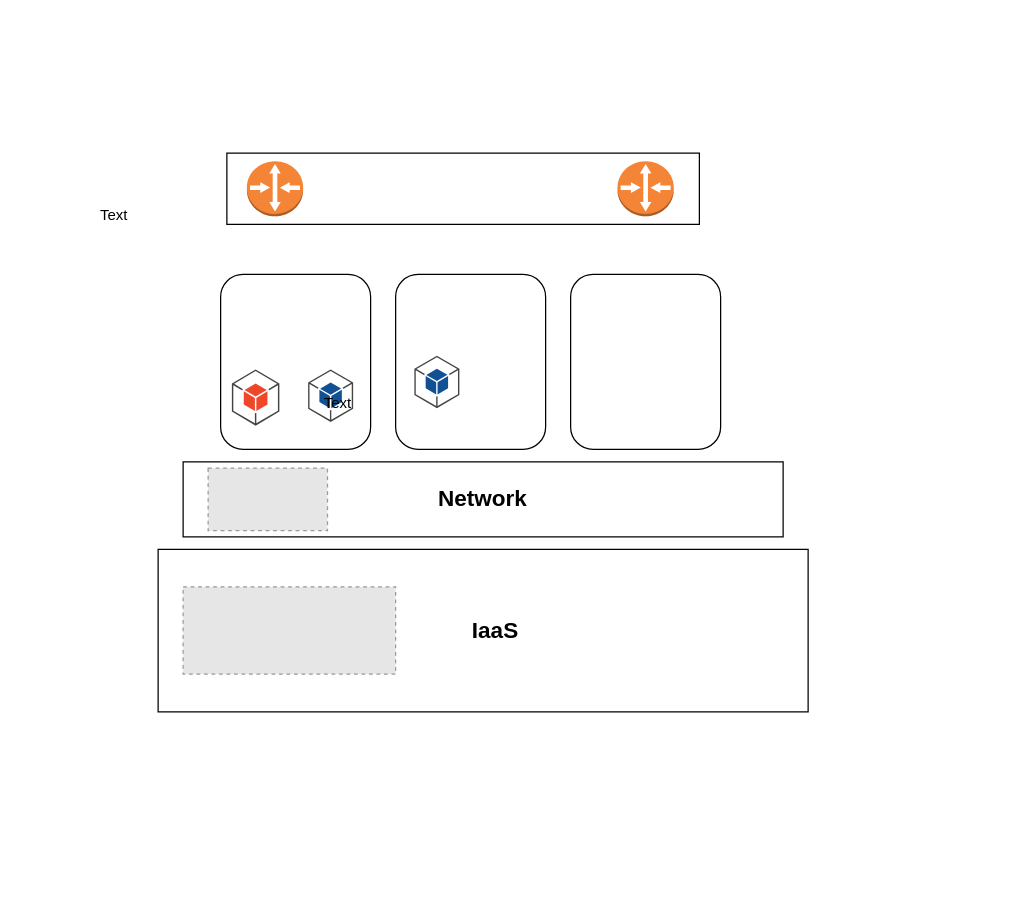
Before: PCF-HLA-IAAS.drawio in rama78/app-config, a draw.io diagram. Source tidied: cells renumbered, new cells numbered last; positions are measured from the earlier drawing's top-left corner, leaving out a move shared by most shapes. Both pictures are drawn from the tidied source at 125%, with x=0, y=0 at pixel (89, 152). Pictures stored in the file or linked from it are replaced by grey dashed boxes.
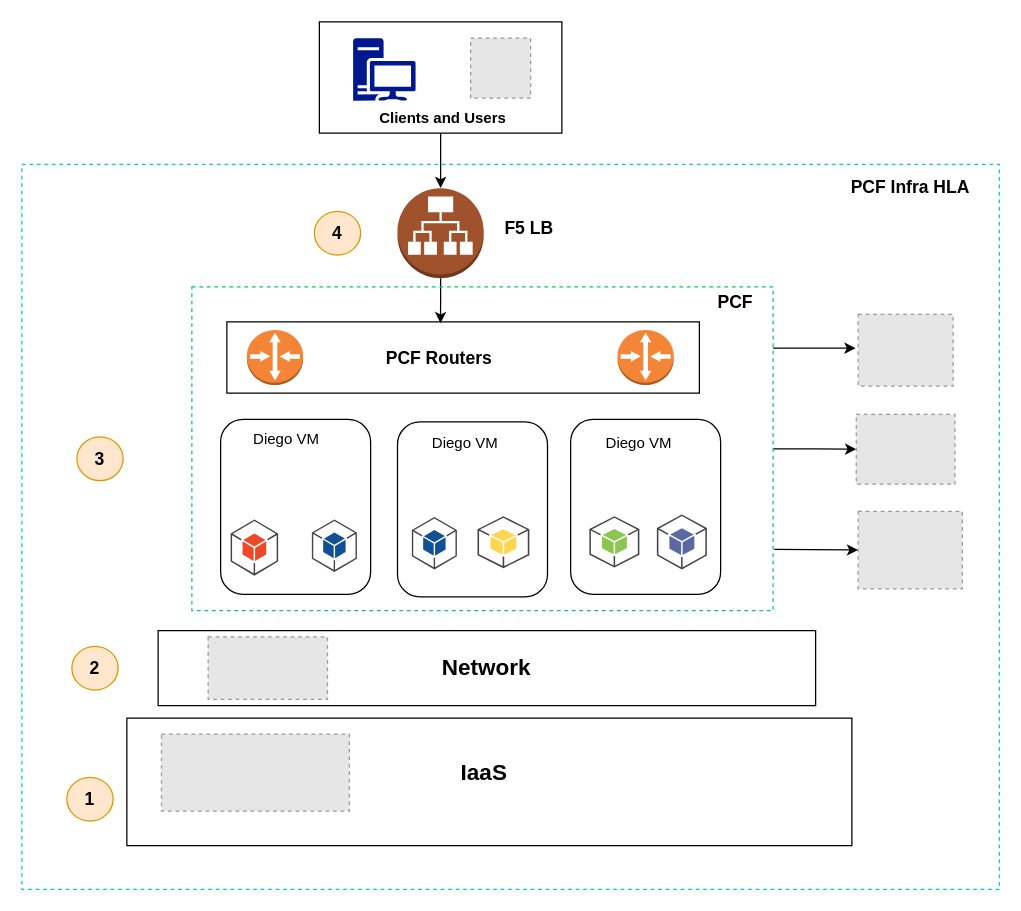
The same page after the edit.

Diff of the diagram source:
```diff
@@
+    <mxCell id="18" style="fillColor=none;dashed=1;verticalAlign=top;fontStyle=0;fontColor=#5A6C86;fontSize=14;strokeColor=#00CCCC;" parent="1" vertex="1">
+      <mxGeometry x="-54" y="9" width="782" height="580" as="geometry" />
+    </mxCell>
+    <mxCell id="19" style="edgeStyle=orthogonalEdgeStyle;rounded=0;jettySize=auto;html=1;" parent="1" edge="1" source="20" target="25">
+      <mxGeometry relative="1" as="geometry" />
+    </mxCell>
+    <mxCell id="20" style="rounded=0;whiteSpace=wrap;html=1;" parent="1" vertex="1">
+      <mxGeometry x="184" y="-105" width="194" height="89" as="geometry" />
+    </mxCell>
     <mxCell id="2" style="rounded=0;whiteSpace=wrap;html=1;" parent="1" vertex="1">
-      <mxGeometry x="110" width="378" height="57" as="geometry" />
+      <mxGeometry x="110" y="135" width="378" height="57" as="geometry" />
     </mxCell>
     <mxCell id="3" style="rounded=0;whiteSpace=wrap;html=1;" parent="1" vertex="1">
-      <mxGeometry x="55" y="317" width="520" height="130" as="geometry" />
+      <mxGeometry x="30" y="452" width="580" height="102" as="geometry" />
     </mxCell>
     <mxCell id="4" value="&lt;font style=&quot;font-size: 18px&quot;&gt;&lt;b&gt;Network&lt;/b&gt;&lt;/font&gt;" style="rounded=0;whiteSpace=wrap;html=1;" parent="1" vertex="1">
-      <mxGeometry x="75" y="247" width="480" height="60" as="geometry" />
+      <mxGeometry x="55" y="382" width="526" height="60" as="geometry" />
     </mxCell>
-    <mxCell id="5" style="rounded=1;whiteSpace=wrap;html=1;" parent="1" vertex="1">
-      <mxGeometry x="105" y="97" width="120" height="140" as="geometry" />
+    <mxCell id="5" style="rounded=1;whiteSpace=wrap;html=1;align=center;" parent="1" vertex="1">
+      <mxGeometry x="105" y="213" width="120" height="140" as="geometry" />
     </mxCell>
     <mxCell id="6" style="rounded=1;whiteSpace=wrap;html=1;" parent="1" vertex="1">
-      <mxGeometry x="245" y="97" width="120" height="140" as="geometry" />
+      <mxGeometry x="246.5" y="215" width="120" height="140" as="geometry" />
     </mxCell>
     <mxCell id="7" style="rounded=1;whiteSpace=wrap;html=1;" parent="1" vertex="1">
-      <mxGeometry x="385" y="97" width="120" height="140" as="geometry" />
+      <mxGeometry x="385" y="213" width="120" height="140" as="geometry" />
     </mxCell>
     <mxCell id="8" style="fillColor=#E6E6E6;strokeColor=#999999;dashed=1;verticalLabelPosition=bottom;labelBackgroundColor=#ffffff;verticalAlign=top;" parent="1" vertex="1">
-      <mxGeometry x="75" y="347" width="170" height="69.7" as="geometry" />
+      <mxGeometry x="57.7" y="464.7" width="150.3" height="61.6" as="geometry" />
     </mxCell>
     <mxCell id="9" style="fillColor=#E6E6E6;strokeColor=#999999;dashed=1;verticalLabelPosition=bottom;labelBackgroundColor=#ffffff;verticalAlign=top;" parent="1" vertex="1">
-      <mxGeometry x="95" y="252" width="95.5" height="50" as="geometry" />
+      <mxGeometry x="95" y="387" width="95.5" height="50" as="geometry" />
     </mxCell>
     <mxCell id="10" value="&lt;font style=&quot;font-size: 18px&quot;&gt;&lt;b&gt;IaaS&lt;/b&gt;&lt;/font&gt;" style="text;html=1;strokeColor=none;fillColor=none;align=center;verticalAlign=middle;whiteSpace=wrap;rounded=0;" parent="1" vertex="1">
-      <mxGeometry x="305" y="372" width="40" height="20" as="geometry" />
+      <mxGeometry x="296" y="485.5" width="40" height="20" as="geometry" />
     </mxCell>
     <mxCell id="11" style="dashed=0;verticalLabelPosition=bottom;verticalAlign=top;align=center;html=1;shape=mxgraph.aws3.android;fillColor=#115193;gradientColor=none;" parent="1" vertex="1">
-      <mxGeometry x="175" y="173" width="36" height="42" as="geometry" />
+      <mxGeometry x="178" y="293" width="36" height="42" as="geometry" />
     </mxCell>
     <mxCell id="12" style="dashed=0;verticalLabelPosition=bottom;verticalAlign=top;align=center;html=1;shape=mxgraph.aws3.android;fillColor=#115193;gradientColor=none;" parent="1" vertex="1">
-      <mxGeometry x="260" y="162" width="36" height="42" as="geometry" />
+      <mxGeometry x="258" y="291" width="36" height="42" as="geometry" />
     </mxCell>
     <mxCell id="13" style="dashed=0;verticalLabelPosition=bottom;verticalAlign=top;align=center;html=1;shape=mxgraph.aws3.android;fillColor=#EE472A;gradientColor=none;" parent="1" vertex="1">
-      <mxGeometry x="114" y="173" width="38" height="45" as="geometry" />
+      <mxGeometry x="113" y="293" width="38" height="45" as="geometry" />
     </mxCell>
     <mxCell id="14" style="dashed=0;verticalLabelPosition=bottom;verticalAlign=top;align=center;html=1;shape=mxgraph.aws3.router;fillColor=#F58536;gradientColor=none;" parent="1" vertex="1">
-      <mxGeometry x="126" y="6.5" width="45" height="44" as="geometry" />
+      <mxGeometry x="126" y="141.5" width="45" height="44" as="geometry" />
     </mxCell>
     <mxCell id="15" style="dashed=0;verticalLabelPosition=bottom;verticalAlign=top;align=center;html=1;shape=mxgraph.aws3.router;fillColor=#F58536;gradientColor=none;" parent="1" vertex="1">
-      <mxGeometry x="422.5" y="6.5" width="45" height="44" as="geometry" />
+      <mxGeometry x="422.5" y="141.5" width="45" height="44" as="geometry" />
     </mxCell>
-    <mxCell id="16" value="Text" style="text;html=1;strokeColor=none;fillColor=none;align=center;verticalAlign=middle;whiteSpace=wrap;rounded=0;" parent="1" vertex="1">
-      <mxGeometry x="179" y="190" width="40" height="20" as="geometry" />
-    </mxCell>
-    <mxCell id="17" value="Text" style="text;html=1;strokeColor=none;fillColor=none;align=center;verticalAlign=middle;whiteSpace=wrap;rounded=0;" parent="1" vertex="1">
-      <mxGeometry y="40" width="40" height="20" as="geometry" />
+    <mxCell id="17" value="&lt;font style=&quot;font-size: 14px&quot;&gt;&lt;b&gt;PCF Routers&lt;/b&gt;&lt;/font&gt;" style="text;html=1;strokeColor=none;fillColor=none;align=center;verticalAlign=middle;whiteSpace=wrap;rounded=0;" parent="1" vertex="1">
+      <mxGeometry x="232" y="153.5" width="96" height="20" as="geometry" />
     </mxCell>
+    <mxCell id="21" style="dashed=0;verticalLabelPosition=bottom;verticalAlign=top;align=center;html=1;shape=mxgraph.aws3.android;fillColor=#FFD44F;gradientColor=none;" parent="1" vertex="1">
+      <mxGeometry x="310.5" y="290.5" width="41.5" height="41.5" as="geometry" />
+    </mxCell>
+    <mxCell id="22" style="dashed=0;verticalLabelPosition=bottom;verticalAlign=top;align=center;html=1;shape=mxgraph.aws3.android;fillColor=#8CC64F;gradientColor=none;" parent="1" vertex="1">
+      <mxGeometry x="400" y="290.5" width="40" height="41" as="geometry" />
+    </mxCell>
+    <mxCell id="23" style="dashed=0;verticalLabelPosition=bottom;verticalAlign=top;align=center;html=1;shape=mxgraph.aws3.android;fillColor=#5A69A4;gradientColor=none;" parent="1" vertex="1">
+      <mxGeometry x="454" y="289" width="40" height="44" as="geometry" />
+    </mxCell>
+    <mxCell id="24" style="edgeStyle=orthogonalEdgeStyle;rounded=0;jettySize=auto;html=1;entryX=0.452;entryY=0.018;entryDx=0;entryDy=0;entryPerimeter=0;" parent="1" edge="1" source="25" target="2">
+      <mxGeometry relative="1" as="geometry" />
+    </mxCell>
+    <mxCell id="25" style="outlineConnect=0;dashed=0;verticalLabelPosition=bottom;verticalAlign=top;align=center;html=1;shape=mxgraph.aws3.application_load_balancer;fillColor=#a0522d;strokeColor=#6D1F00;fontColor=#ffffff;" parent="1" vertex="1">
+      <mxGeometry x="246.5" y="28" width="69" height="72" as="geometry" />
+    </mxCell>
+    <mxCell id="26" style="shadow=0;dashed=0;html=1;strokeColor=none;labelPosition=center;verticalLabelPosition=bottom;verticalAlign=top;align=center;fillColor=#00188D;shape=mxgraph.mscae.enterprise.workstation_client;" parent="1" vertex="1">
+      <mxGeometry x="211" y="-92" width="50" height="50" as="geometry" />
+    </mxCell>
+    <mxCell id="27" style="fillColor=#E6E6E6;strokeColor=#999999;dashed=1;html=1;verticalAlign=top;verticalLabelPosition=bottom;labelBackgroundColor=#ffffff;" parent="1" vertex="1">
+      <mxGeometry x="305" y="-92" width="48" height="48" as="geometry" />
+    </mxCell>
+    <mxCell id="28" value="&lt;b&gt;Clients and Users&lt;/b&gt;" style="text;html=1;strokeColor=none;fillColor=none;align=center;verticalAlign=middle;whiteSpace=wrap;rounded=0;" parent="1" vertex="1">
+      <mxGeometry x="230" y="-38" width="106" height="20" as="geometry" />
+    </mxCell>
+    <mxCell id="29" value="Diego VM&amp;nbsp;" style="text;html=1;strokeColor=none;fillColor=none;align=center;verticalAlign=middle;whiteSpace=wrap;rounded=0;" parent="1" vertex="1">
+      <mxGeometry x="126" y="219" width="67" height="20" as="geometry" />
+    </mxCell>
+    <mxCell id="30" value="Diego VM&amp;nbsp;" style="text;html=1;strokeColor=none;fillColor=none;align=center;verticalAlign=middle;whiteSpace=wrap;rounded=0;" parent="1" vertex="1">
+      <mxGeometry x="269" y="222" width="67" height="20" as="geometry" />
+    </mxCell>
+    <mxCell id="31" value="Diego VM&amp;nbsp;" style="text;html=1;strokeColor=none;fillColor=none;align=center;verticalAlign=middle;whiteSpace=wrap;rounded=0;" parent="1" vertex="1">
+      <mxGeometry x="408" y="222" width="67" height="20" as="geometry" />
+    </mxCell>
+    <mxCell id="32" style="edgeStyle=orthogonalEdgeStyle;rounded=0;jettySize=auto;html=1;fontSize=14;" parent="1" edge="1" source="34">
+      <mxGeometry relative="1" as="geometry">
+        <mxPoint x="613" y="156" as="targetPoint" />
+        <Array as="points">
+          <mxPoint x="567" y="156" />
+          <mxPoint x="567" y="156" />
+        </Array>
+      </mxGeometry>
+    </mxCell>
+    <mxCell id="33" style="edgeStyle=orthogonalEdgeStyle;rounded=0;jettySize=auto;html=1;fontSize=14;" parent="1" edge="1" source="34" target="36">
+      <mxGeometry relative="1" as="geometry" />
+    </mxCell>
+    <mxCell id="34" style="fillColor=none;dashed=1;verticalAlign=top;fontStyle=0;fontColor=#5A6C86;fontSize=13;strokeColor=#00CC66;" parent="1" vertex="1">
+      <mxGeometry x="82" y="107" width="465" height="259" as="geometry" />
+    </mxCell>
+    <mxCell id="35" style="fillColor=#E6E6E6;strokeColor=#999999;dashed=1;verticalLabelPosition=bottom;labelBackgroundColor=#ffffff;verticalAlign=top;" parent="1" vertex="1">
+      <mxGeometry x="615" y="129" width="76" height="57.3" as="geometry" />
+    </mxCell>
+    <mxCell id="36" style="fillColor=#E6E6E6;strokeColor=#999999;dashed=1;verticalLabelPosition=bottom;labelBackgroundColor=#ffffff;verticalAlign=top;" parent="1" vertex="1">
+      <mxGeometry x="613.5" y="209" width="79" height="55.8" as="geometry" />
+    </mxCell>
+    <mxCell id="37" style="fillColor=#E6E6E6;strokeColor=#999999;dashed=1;verticalLabelPosition=bottom;labelBackgroundColor=#ffffff;verticalAlign=top;" parent="1" vertex="1">
+      <mxGeometry x="615" y="286.5" width="83.4" height="62" as="geometry" />
+    </mxCell>
+    <mxCell id="38" value="&lt;b&gt;F5 LB&lt;/b&gt;" style="text;html=1;strokeColor=none;fillColor=none;align=center;verticalAlign=middle;whiteSpace=wrap;rounded=0;fontSize=14;" parent="1" vertex="1">
+      <mxGeometry x="326.5" y="50" width="49.5" height="20" as="geometry" />
+    </mxCell>
+    <mxCell id="39" value="&lt;b&gt;1&lt;/b&gt;" style="ellipse;whiteSpace=wrap;html=1;fontSize=14;strokeColor=#d79b00;fillColor=#ffe6cc;" parent="1" vertex="1">
+      <mxGeometry x="-18" y="499.3" width="37" height="35" as="geometry" />
+    </mxCell>
+    <mxCell id="40" value="&lt;b&gt;2&lt;/b&gt;" style="ellipse;whiteSpace=wrap;html=1;fontSize=14;strokeColor=#d79b00;fillColor=#ffe6cc;" parent="1" vertex="1">
+      <mxGeometry x="-14" y="394.5" width="37" height="35" as="geometry" />
+    </mxCell>
+    <mxCell id="41" style="endArrow=classic;html=1;fontSize=14;entryX=0;entryY=0.5;entryDx=0;entryDy=0;exitX=1.002;exitY=0.811;exitDx=0;exitDy=0;exitPerimeter=0;" parent="1" edge="1" source="34" target="37">
+      <mxGeometry relative="1" as="geometry" />
+    </mxCell>
+    <mxCell id="42" value="&lt;b&gt;3&lt;/b&gt;" style="ellipse;whiteSpace=wrap;html=1;fontSize=14;strokeColor=#d79b00;fillColor=#ffe6cc;" parent="1" vertex="1">
+      <mxGeometry x="-10" y="227" width="37" height="35" as="geometry" />
+    </mxCell>
+    <mxCell id="43" value="&lt;b&gt;4&lt;/b&gt;" style="ellipse;whiteSpace=wrap;html=1;fontSize=14;strokeColor=#d79b00;fillColor=#ffe6cc;" parent="1" vertex="1">
+      <mxGeometry x="180" y="46.5" width="37" height="35" as="geometry" />
+    </mxCell>
+    <mxCell id="44" value="&lt;b&gt;PCF&lt;/b&gt;" style="text;html=1;strokeColor=none;fillColor=none;align=center;verticalAlign=middle;whiteSpace=wrap;rounded=0;fontSize=14;" parent="1" vertex="1">
+      <mxGeometry x="494" y="109" width="46" height="20" as="geometry" />
+    </mxCell>
+    <mxCell id="45" value="&lt;b&gt;PCF Infra HLA&lt;/b&gt;" style="text;html=1;strokeColor=none;fillColor=none;align=center;verticalAlign=middle;whiteSpace=wrap;rounded=0;fontSize=14;" parent="1" vertex="1">
+      <mxGeometry x="605.7" y="17" width="102" height="20" as="geometry" />
+    </mxCell>
```
